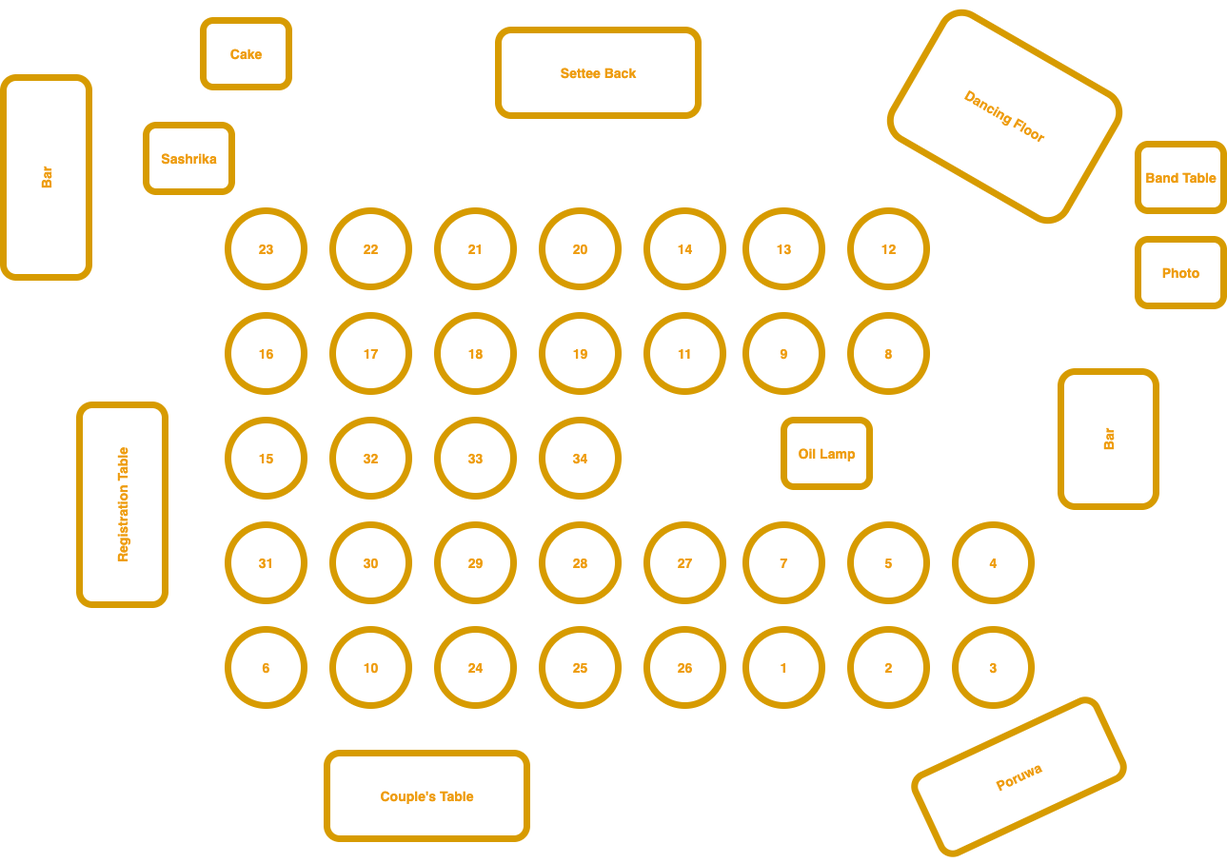
Above: lisitha_wedding.png in UvinduW/uvinduw.github.io (draw.io), before the change. Source tidied: cells renumbered, new cells last; positions are measured from the earlier drawing's top-left corner, leaving out a move shared by most shapes.
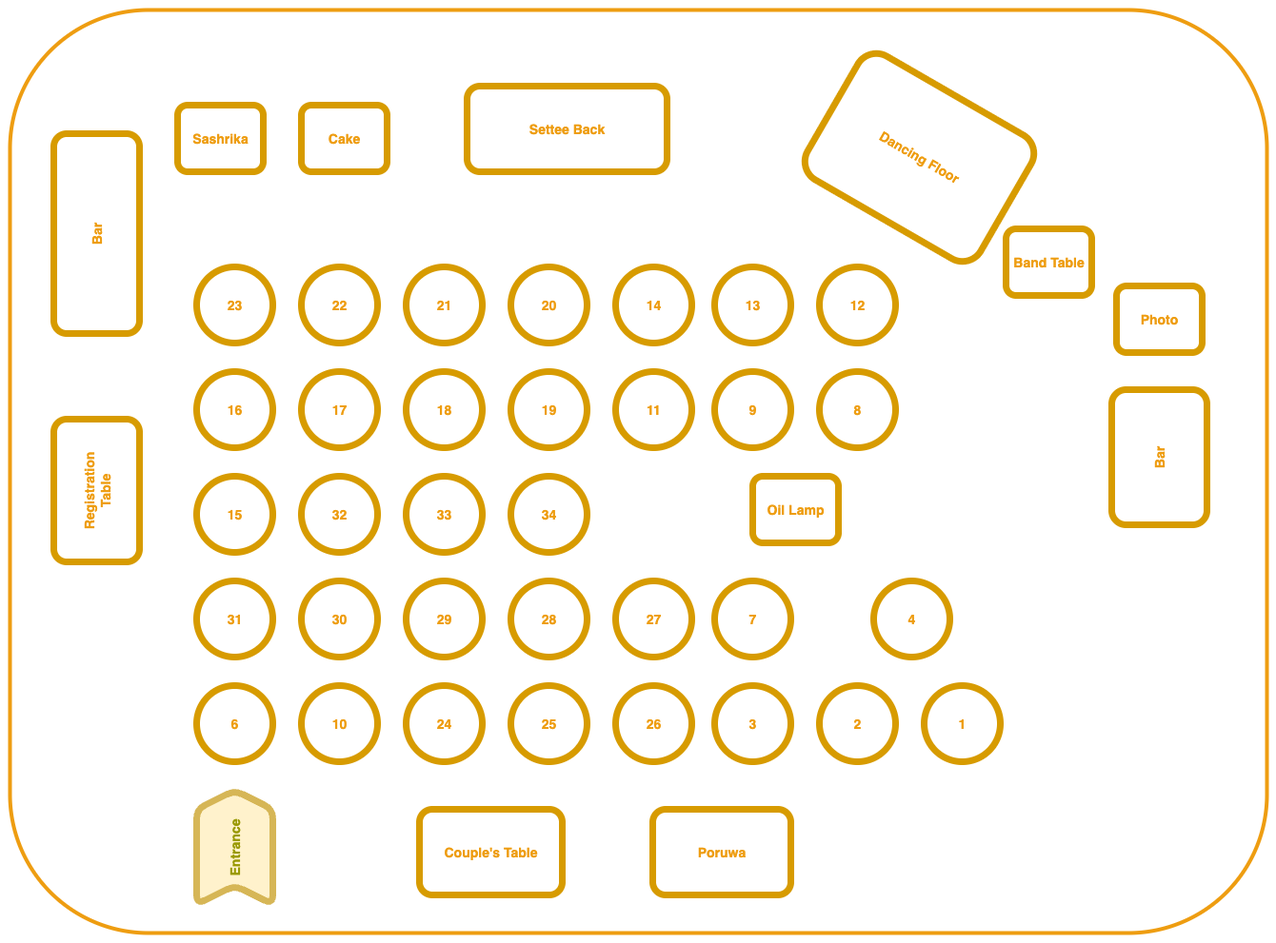
The same file after the commit.

Change to the diagram source:
```diff
@@ -2,6 +2,12 @@
   <root>
     <mxCell id="0" />
     <mxCell id="1" parent="0" />
+    <mxCell id="48" style="rounded=0;whiteSpace=wrap;html=1;fillColor=none;strokeColor=none;" parent="1" vertex="1">
+      <mxGeometry x="90" y="-80" width="1340" height="990" as="geometry" />
+    </mxCell>
+    <mxCell id="49" style="rounded=1;whiteSpace=wrap;html=1;fillColor=none;strokeColor=#EE9D11;strokeWidth=4;" parent="1" vertex="1">
+      <mxGeometry x="100" y="-70" width="1320" height="970" as="geometry" />
+    </mxCell>
     <mxCell id="2" value="22" style="ellipse;whiteSpace=wrap;html=1;fillColor=none;strokeColor=#d79b00;strokeWidth=7;fontColor=#EE9D11;fontSize=14;fontStyle=1;" parent="1" vertex="1">
       <mxGeometry x="406" y="200" width="80" height="80" as="geometry" />
     </mxCell>
@@ -69,22 +75,22 @@
       <mxGeometry x="736" y="640" width="80" height="80" as="geometry" />
     </mxCell>
     <mxCell id="24" value="Couple's Table" style="rounded=1;whiteSpace=wrap;html=1;fillColor=none;strokeColor=#d79b00;strokeWidth=7;fontColor=#EE9D11;fontSize=14;fontStyle=1;" parent="1" vertex="1">
-      <mxGeometry x="400" y="770" width="210" height="90" as="geometry" />
+      <mxGeometry x="530" y="770" width="150" height="90" as="geometry" />
     </mxCell>
     <mxCell id="25" value="Settee Back" style="rounded=1;whiteSpace=wrap;html=1;fillColor=none;strokeColor=#d79b00;strokeWidth=7;fontColor=#EE9D11;fontSize=14;fontStyle=1;" parent="1" vertex="1">
       <mxGeometry x="580" y="10" width="210" height="90" as="geometry" />
     </mxCell>
     <mxCell id="26" value="Cake" style="rounded=1;whiteSpace=wrap;html=1;fillColor=none;strokeColor=#d79b00;strokeWidth=7;fontColor=#EE9D11;fontSize=14;fontStyle=1;" parent="1" vertex="1">
-      <mxGeometry x="270" width="90" height="70" as="geometry" />
+      <mxGeometry x="406" y="30" width="90" height="70" as="geometry" />
     </mxCell>
     <mxCell id="27" value="Sashrika" style="rounded=1;whiteSpace=wrap;html=1;fillColor=none;strokeColor=#d79b00;strokeWidth=7;fontColor=#EE9D11;fontSize=14;fontStyle=1;" parent="1" vertex="1">
-      <mxGeometry x="210" y="110" width="90" height="70" as="geometry" />
+      <mxGeometry x="276" y="30" width="90" height="70" as="geometry" />
     </mxCell>
     <mxCell id="28" value="Bar" style="rounded=1;whiteSpace=wrap;html=1;rotation=-90;fillColor=none;strokeColor=#d79b00;strokeWidth=7;fontColor=#EE9D11;fontSize=14;fontStyle=1;" parent="1" vertex="1">
-      <mxGeometry y="120" width="210" height="90" as="geometry" />
+      <mxGeometry x="86" y="120" width="210" height="90" as="geometry" />
     </mxCell>
-    <mxCell id="29" value="Registration Table" style="rounded=1;whiteSpace=wrap;html=1;rotation=-90;fillColor=none;strokeColor=#d79b00;strokeWidth=7;fontColor=#EE9D11;fontSize=14;fontStyle=1;" parent="1" vertex="1">
-      <mxGeometry x="80" y="464" width="210" height="90" as="geometry" />
+    <mxCell id="29" value="Registration&lt;div&gt;Table&lt;/div&gt;" style="rounded=1;whiteSpace=wrap;html=1;rotation=-90;fillColor=none;strokeColor=#d79b00;strokeWidth=7;fontColor=#EE9D11;fontSize=14;fontStyle=1;" parent="1" vertex="1">
+      <mxGeometry x="116" y="390" width="150" height="90" as="geometry" />
     </mxCell>
     <mxCell id="30" value="Oil Lamp" style="rounded=1;whiteSpace=wrap;html=1;fillColor=none;strokeColor=#d79b00;strokeWidth=7;fontColor=#EE9D11;fontSize=14;fontStyle=1;" parent="1" vertex="1">
       <mxGeometry x="880" y="420" width="90" height="70" as="geometry" />
@@ -96,37 +102,37 @@
       <mxGeometry x="736" y="200" width="80" height="80" as="geometry" />
     </mxCell>
     <mxCell id="33" value="Dancing Floor" style="rounded=1;whiteSpace=wrap;html=1;fillColor=none;strokeColor=#d79b00;strokeWidth=7;fontColor=#EE9D11;fontSize=14;fontStyle=1;rotation=30;" parent="1" vertex="1">
-      <mxGeometry x="1007" y="26" width="210" height="150" as="geometry" />
+      <mxGeometry x="950" y="10" width="210" height="150" as="geometry" />
     </mxCell>
-    <mxCell id="34" value="Poruwa" style="rounded=1;whiteSpace=wrap;html=1;fillColor=none;strokeColor=#d79b00;strokeWidth=7;fontColor=#EE9D11;fontSize=14;fontStyle=1;rotation=-25;" parent="1" vertex="1">
-      <mxGeometry x="1022" y="750" width="210" height="90" as="geometry" />
+    <mxCell id="34" value="Poruwa" style="rounded=1;whiteSpace=wrap;html=1;fillColor=none;strokeColor=#d79b00;strokeWidth=7;fontColor=#EE9D11;fontSize=14;fontStyle=1;rotation=0;" parent="1" vertex="1">
+      <mxGeometry x="775" y="770" width="145" height="90" as="geometry" />
     </mxCell>
     <mxCell id="35" value="Band Table" style="rounded=1;whiteSpace=wrap;html=1;fillColor=none;strokeColor=#d79b00;strokeWidth=7;fontColor=#EE9D11;fontSize=14;fontStyle=1;" parent="1" vertex="1">
-      <mxGeometry x="1252" y="130" width="90" height="70" as="geometry" />
+      <mxGeometry x="1146" y="160" width="90" height="70" as="geometry" />
     </mxCell>
     <mxCell id="36" value="Bar" style="rounded=1;whiteSpace=wrap;html=1;rotation=-90;fillColor=none;strokeColor=#d79b00;strokeWidth=7;fontColor=#EE9D11;fontSize=14;fontStyle=1;" parent="1" vertex="1">
-      <mxGeometry x="1150" y="390" width="142" height="100" as="geometry" />
+      <mxGeometry x="1236" y="350" width="142" height="100" as="geometry" />
     </mxCell>
     <mxCell id="37" value="Photo" style="rounded=1;whiteSpace=wrap;html=1;fillColor=none;strokeColor=#d79b00;strokeWidth=7;fontColor=#EE9D11;fontSize=14;fontStyle=1;" parent="1" vertex="1">
-      <mxGeometry x="1252" y="230" width="90" height="70" as="geometry" />
+      <mxGeometry x="1262" y="220" width="90" height="70" as="geometry" />
     </mxCell>
     <mxCell id="38" value="7" style="ellipse;whiteSpace=wrap;html=1;fillColor=none;strokeColor=#d79b00;strokeWidth=7;fontColor=#EE9D11;fontSize=14;fontStyle=1;" parent="1" vertex="1">
       <mxGeometry x="840" y="530" width="80" height="80" as="geometry" />
     </mxCell>
-    <mxCell id="39" value="5" style="ellipse;whiteSpace=wrap;html=1;fillColor=none;strokeColor=#d79b00;strokeWidth=7;fontColor=#EE9D11;fontSize=14;fontStyle=1;" parent="1" vertex="1">
-      <mxGeometry x="950" y="530" width="80" height="80" as="geometry" />
+    <mxCell id="39" value="5" style="ellipse;whiteSpace=wrap;html=1;fillColor=none;strokeColor=none;strokeWidth=7;fontColor=none;fontSize=14;fontStyle=1;noLabel=1;" parent="1" vertex="1">
+      <mxGeometry x="960" y="760" width="80" height="80" as="geometry" />
     </mxCell>
     <mxCell id="40" value="1" style="ellipse;whiteSpace=wrap;html=1;fillColor=none;strokeColor=#d79b00;strokeWidth=7;fontColor=#EE9D11;fontSize=14;fontStyle=1;" parent="1" vertex="1">
-      <mxGeometry x="840" y="640" width="80" height="80" as="geometry" />
+      <mxGeometry x="1060" y="640" width="80" height="80" as="geometry" />
     </mxCell>
     <mxCell id="41" value="2" style="ellipse;whiteSpace=wrap;html=1;fillColor=none;strokeColor=#d79b00;strokeWidth=7;fontColor=#EE9D11;fontSize=14;fontStyle=1;" parent="1" vertex="1">
       <mxGeometry x="950" y="640" width="80" height="80" as="geometry" />
     </mxCell>
     <mxCell id="42" value="4" style="ellipse;whiteSpace=wrap;html=1;fillColor=none;strokeColor=#d79b00;strokeWidth=7;fontColor=#EE9D11;fontSize=14;fontStyle=1;" parent="1" vertex="1">
-      <mxGeometry x="1060" y="530" width="80" height="80" as="geometry" />
+      <mxGeometry x="1007" y="530" width="80" height="80" as="geometry" />
     </mxCell>
     <mxCell id="43" value="3" style="ellipse;whiteSpace=wrap;html=1;fillColor=none;strokeColor=#d79b00;strokeWidth=7;fontColor=#EE9D11;fontSize=14;fontStyle=1;" parent="1" vertex="1">
-      <mxGeometry x="1060" y="640" width="80" height="80" as="geometry" />
+      <mxGeometry x="840" y="640" width="80" height="80" as="geometry" />
     </mxCell>
     <mxCell id="44" value="13" style="ellipse;whiteSpace=wrap;html=1;fillColor=none;strokeColor=#d79b00;strokeWidth=7;fontColor=#EE9D11;fontSize=14;fontStyle=1;" parent="1" vertex="1">
       <mxGeometry x="840" y="200" width="80" height="80" as="geometry" />
@@ -140,5 +146,8 @@
     <mxCell id="47" value="8" style="ellipse;whiteSpace=wrap;html=1;fillColor=none;strokeColor=#d79b00;strokeWidth=7;fontColor=#EE9D11;fontSize=14;fontStyle=1;" parent="1" vertex="1">
       <mxGeometry x="950" y="310" width="80" height="80" as="geometry" />
     </mxCell>
+    <mxCell id="50" value="Entrance" style="shape=step;perimeter=stepPerimeter;whiteSpace=wrap;html=1;fixedSize=1;rotation=-90;rounded=1;fillColor=#fff2cc;strokeColor=#d6b656;strokeWidth=7;fontSize=14;fontStyle=1;fontColor=#999900;" parent="1" vertex="1">
+      <mxGeometry x="276" y="770" width="120" height="80" as="geometry" />
+    </mxCell>
   </root>
 </mxGraphModel>
```
